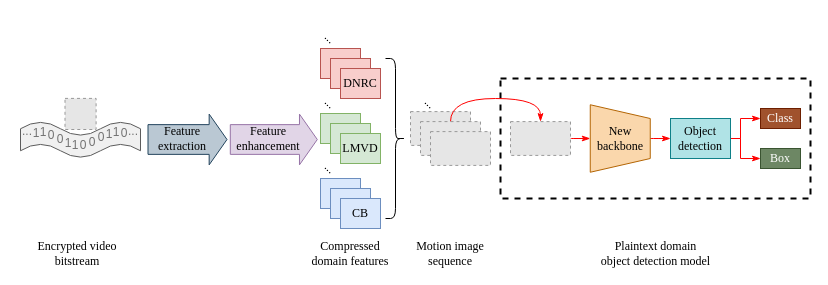
Before: NOLO.drawio in tianxianhao/Text, a draw.io diagram. Source tidied: cells renumbered, new cells numbered last; positions are measured from the earlier drawing's top-left corner, leaving out a move shared by most shapes. Both pictures are drawn from the tidied source at 100%, with x=0, y=0 at pixel (17, 28). Pictures stored in the file or linked from it are replaced by grey dashed boxes.
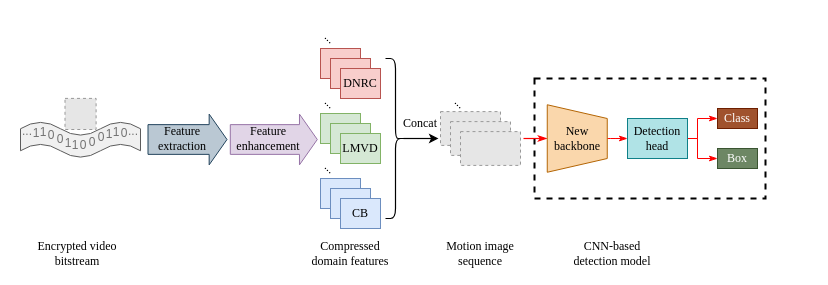
The same diagram, later.

Change to the diagram source:
```diff
@@
     <mxCell id="2" style="rounded=0;whiteSpace=wrap;html=1;strokeColor=#000000;strokeWidth=2;fontFamily=Times New Roman;fontSize=12;fontColor=#000000;fillColor=none;dashed=1;labelBackgroundColor=none;" parent="1" vertex="1">
-      <mxGeometry x="483" y="50" width="310" height="120" as="geometry" />
+      <mxGeometry x="517" y="50" width="231" height="120" as="geometry" />
     </mxCell>
@@
     <mxCell id="39" value="..." style="text;html=1;strokeColor=none;fillColor=none;align=center;verticalAlign=middle;whiteSpace=wrap;rounded=0;fontFamily=Times New Roman;fontSize=12;fontColor=#000000;rotation=45;labelBackgroundColor=none;" parent="1" vertex="1">
-      <mxGeometry x="393" y="65" width="40" height="20" as="geometry" />
+      <mxGeometry x="423" y="65" width="40" height="20" as="geometry" />
     </mxCell>
@@
+    <mxCell id="61" style="edgeStyle=orthogonalEdgeStyle;rounded=0;jettySize=auto;html=1;exitX=0.1;exitY=0.5;exitDx=0;exitDy=0;exitPerimeter=0;strokeWidth=1.2;" parent="1" edge="1" source="42">
+      <mxGeometry relative="1" as="geometry">
+        <mxPoint x="421" y="110" as="targetPoint" />
+      </mxGeometry>
+    </mxCell>
-    <mxCell id="42" style="shape=curlyBracket;whiteSpace=wrap;html=1;rounded=1;strokeWidth=1;fillColor=#F0F0F0;fontFamily=Times New Roman;fontSize=12;fontColor=#000000;rotation=-180;labelBackgroundColor=none;" parent="1" vertex="1">
+    <mxCell id="42" style="shape=curlyBracket;whiteSpace=wrap;html=1;rounded=1;strokeWidth=1.2;fillColor=#F0F0F0;fontFamily=Times New Roman;fontSize=12;fontColor=#000000;rotation=-180;labelBackgroundColor=none;" parent="1" vertex="1">
       <mxGeometry x="368" y="30" width="20" height="160" as="geometry" />
     </mxCell>
     <mxCell id="43" style="fillColor=#E6E6E6;strokeColor=#999999;dashed=1;verticalLabelPosition=bottom;labelBackgroundColor=none;verticalAlign=top;" parent="1" vertex="1">
-      <mxGeometry x="393" y="83.1" width="60" height="33.8" as="geometry" />
+      <mxGeometry x="423" y="83.1" width="60" height="33.8" as="geometry" />
     </mxCell>
@@
     <mxCell id="45" value="Motion image sequence" style="text;html=1;strokeColor=none;fillColor=none;align=center;verticalAlign=middle;whiteSpace=wrap;rounded=0;fontSize=12;fontFamily=Times New Roman;" parent="1" vertex="1">
-      <mxGeometry x="393" y="215" width="80" height="20" as="geometry" />
+      <mxGeometry x="423" y="215" width="80" height="20" as="geometry" />
     </mxCell>
-    <mxCell id="46" style="edgeStyle=orthogonalEdgeStyle;jettySize=auto;html=1;exitX=0.5;exitY=0;exitDx=0;exitDy=0;entryX=0.5;entryY=0;entryDx=0;entryDy=0;endArrow=classicThin;endFill=1;fontFamily=Times New Roman;fontSize=12;fontColor=#000000;curved=1;strokeColor=#FF0000;labelBackgroundColor=none;" parent="1" edge="1" source="47" target="51">
-      <mxGeometry relative="1" as="geometry">
-        <Array as="points">
-          <mxPoint x="433" y="70" />
-          <mxPoint x="523" y="70" />
-        </Array>
-      </mxGeometry>
-    </mxCell>
     <mxCell id="47" style="fillColor=#E6E6E6;strokeColor=#999999;dashed=1;verticalLabelPosition=bottom;labelBackgroundColor=none;verticalAlign=top;" parent="1" vertex="1">
-      <mxGeometry x="403" y="93.1" width="60" height="33.8" as="geometry" />
+      <mxGeometry x="433" y="93.1" width="60" height="33.8" as="geometry" />
     </mxCell>
     <mxCell id="48" style="fillColor=#E6E6E6;strokeColor=#999999;dashed=1;verticalLabelPosition=bottom;labelBackgroundColor=none;verticalAlign=top;" parent="1" vertex="1">
-      <mxGeometry x="413" y="103.1" width="60" height="33.8" as="geometry" />
+      <mxGeometry x="443" y="103.1" width="60" height="33.8" as="geometry" />
     </mxCell>
@@
-    <mxCell id="50" style="edgeStyle=orthogonalEdgeStyle;curved=1;jettySize=auto;html=1;exitX=1;exitY=0.5;exitDx=0;exitDy=0;endArrow=classicThin;endFill=1;strokeColor=#FF0000;fontFamily=Times New Roman;fontSize=12;fontColor=#000000;entryX=0.5;entryY=1;entryDx=0;entryDy=0;labelBackgroundColor=none;" parent="1" edge="1" source="51" target="53">
-      <mxGeometry relative="1" as="geometry" />
+    <mxCell id="50" style="edgeStyle=orthogonalEdgeStyle;curved=1;jettySize=auto;html=1;exitX=1;exitY=0.5;exitDx=0;exitDy=0;endArrow=classicThin;endFill=1;strokeColor=#FF0000;fontFamily=Times New Roman;fontSize=12;fontColor=#000000;entryX=0.5;entryY=1;entryDx=0;entryDy=0;labelBackgroundColor=none;strokeWidth=1.2;" parent="1" edge="1" target="53">
+      <mxGeometry relative="1" as="geometry">
+        <mxPoint x="506" y="110" as="sourcePoint" />
+      </mxGeometry>
     </mxCell>
-    <mxCell id="51" style="fillColor=#E6E6E6;strokeColor=#999999;dashed=1;verticalLabelPosition=bottom;labelBackgroundColor=none;verticalAlign=top;" parent="1" vertex="1">
-      <mxGeometry x="493" y="93.1" width="60" height="33.8" as="geometry" />
-    </mxCell>
@@
     <mxCell id="53" style="shape=trapezoid;perimeter=trapezoidPerimeter;whiteSpace=wrap;html=1;fixedSize=1;strokeColor=#b46504;strokeWidth=1;fillColor=#fad7ac;fontFamily=Times New Roman;fontSize=12;rotation=90;size=13.75;labelBackgroundColor=none;" parent="1" vertex="1">
-      <mxGeometry x="569" y="80" width="67.5" height="60" as="geometry" />
+      <mxGeometry x="526" y="80" width="67.5" height="60" as="geometry" />
     </mxCell>
     <mxCell id="54" value="New&lt;br&gt;backbone" style="text;html=1;strokeColor=none;fillColor=none;align=center;verticalAlign=middle;whiteSpace=wrap;rounded=0;fontFamily=Times New Roman;fontSize=12;fontColor=#000000;labelBackgroundColor=none;" parent="1" vertex="1">
-      <mxGeometry x="582.8" y="100" width="40" height="20" as="geometry" />
+      <mxGeometry x="539.8" y="100" width="40" height="20" as="geometry" />
     </mxCell>
     <mxCell id="55" style="edgeStyle=orthogonalEdgeStyle;rounded=0;jettySize=auto;html=1;exitX=1;exitY=0.5;exitDx=0;exitDy=0;entryX=0;entryY=0.5;entryDx=0;entryDy=0;endArrow=classicThin;endFill=1;strokeColor=#FF0000;fontFamily=Times New Roman;fontSize=12;fontColor=#000000;labelBackgroundColor=none;" parent="1" edge="1" source="57" target="58">
       <mxGeometry relative="1" as="geometry">
         <Array as="points">
-          <mxPoint x="723" y="110" />
-          <mxPoint x="723" y="90" />
+          <mxPoint x="680" y="110" />
+          <mxPoint x="680" y="90" />
         </Array>
       </mxGeometry>
     </mxCell>
     <mxCell id="56" style="edgeStyle=orthogonalEdgeStyle;rounded=0;jettySize=auto;html=1;exitX=1;exitY=0.5;exitDx=0;exitDy=0;entryX=0;entryY=0.5;entryDx=0;entryDy=0;endArrow=classicThin;endFill=1;strokeColor=#FF0000;fontFamily=Times New Roman;fontSize=12;fontColor=#000000;labelBackgroundColor=none;" parent="1" edge="1" source="57" target="59">
       <mxGeometry relative="1" as="geometry">
         <Array as="points">
-          <mxPoint x="723" y="110" />
-          <mxPoint x="723" y="130" />
+          <mxPoint x="680" y="110" />
+          <mxPoint x="680" y="130" />
         </Array>
       </mxGeometry>
     </mxCell>
-    <mxCell id="57" value="Object detection" style="rounded=0;whiteSpace=wrap;html=1;strokeColor=#0e8088;strokeWidth=1;fillColor=#b0e3e6;fontFamily=Times New Roman;fontSize=12;labelBackgroundColor=none;" parent="1" vertex="1">
-      <mxGeometry x="653" y="90" width="60" height="40" as="geometry" />
+    <mxCell id="57" value="Detection head" style="rounded=0;whiteSpace=wrap;html=1;strokeColor=#0e8088;strokeWidth=1;fillColor=#b0e3e6;fontFamily=Times New Roman;fontSize=12;labelBackgroundColor=none;" parent="1" vertex="1">
+      <mxGeometry x="610" y="90" width="60" height="40" as="geometry" />
     </mxCell>
     <mxCell id="58" value="Class" style="rounded=0;whiteSpace=wrap;html=1;strokeColor=#6D1F00;strokeWidth=1;fillColor=#a0522d;fontFamily=Times New Roman;fontSize=12;fontColor=#ffffff;labelBackgroundColor=none;" parent="1" vertex="1">
-      <mxGeometry x="743" y="80" width="40" height="20" as="geometry" />
+      <mxGeometry x="700" y="80" width="40" height="20" as="geometry" />
     </mxCell>
     <mxCell id="59" value="Box" style="rounded=0;whiteSpace=wrap;html=1;strokeColor=#3A5431;strokeWidth=1;fillColor=#6d8764;fontFamily=Times New Roman;fontSize=12;fontColor=#ffffff;labelBackgroundColor=none;" parent="1" vertex="1">
-      <mxGeometry x="743" y="120" width="40" height="20" as="geometry" />
+      <mxGeometry x="700" y="120" width="40" height="20" as="geometry" />
     </mxCell>
-    <mxCell id="60" value="Plaintext domain object detection model" style="text;html=1;strokeColor=none;fillColor=none;align=center;verticalAlign=middle;whiteSpace=wrap;rounded=0;fontSize=12;fontFamily=Times New Roman;" parent="1" vertex="1">
-      <mxGeometry x="580.5" y="215" width="115" height="20" as="geometry" />
+    <mxCell id="60" value="CNN-based detection model" style="text;html=1;strokeColor=none;fillColor=none;align=center;verticalAlign=middle;whiteSpace=wrap;rounded=0;fontSize=12;fontFamily=Times New Roman;" parent="1" vertex="1">
+      <mxGeometry x="546.2" y="215" width="97.5" height="20" as="geometry" />
     </mxCell>
+    <mxCell id="62" value="&lt;font face=&quot;Times New Roman&quot;&gt;Concat&lt;/font&gt;" style="text;html=1;strokeColor=none;fillColor=none;align=center;verticalAlign=middle;whiteSpace=wrap;rounded=0;" parent="1" vertex="1">
+      <mxGeometry x="383" y="85" width="40" height="20" as="geometry" />
+    </mxCell>
```
